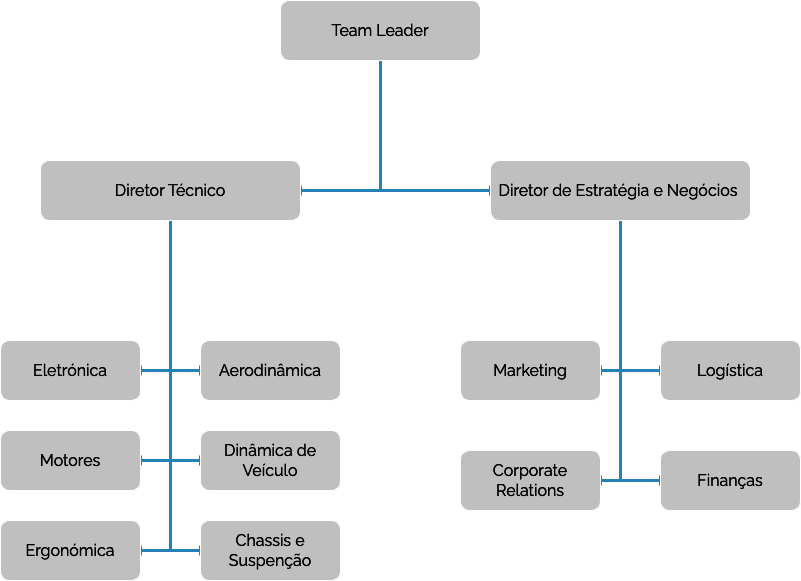
Earlier version of the draw.io export src/assets/images/org_chart_pt.drawio_mobile.png (JaimeFerreira2002/NFS-site). Source tidied: cells renumbered, new cells last; positions are measured from the earlier drawing's top-left corner, leaving out a move shared by most shapes.
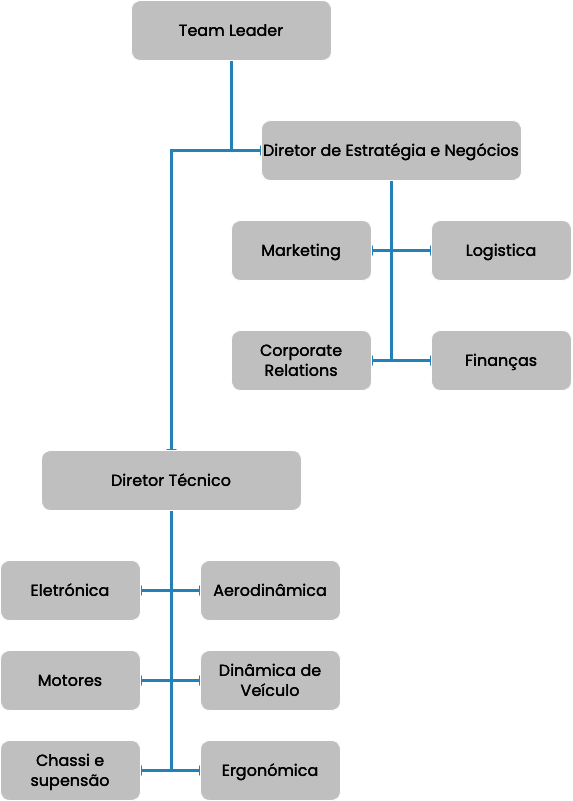
Later version of the same file.

Diff of the diagram source:
```diff
@@ -2,80 +2,87 @@
   <root>
     <mxCell id="0" />
     <mxCell id="1" parent="0" />
-    <mxCell id="2" style="edgeStyle=orthogonalEdgeStyle;rounded=0;jettySize=auto;html=1;exitX=0.5;exitY=1;exitDx=0;exitDy=0;entryX=1;entryY=0.5;entryDx=0;entryDy=0;strokeWidth=3;strokeColor=#409ED4;endArrow=baseDash;endFill=0;fontFamily=raleway;" parent="1" edge="1" source="4" target="16">
-      <mxGeometry relative="1" as="geometry" />
+    <mxCell id="2" style="edgeStyle=orthogonalEdgeStyle;rounded=0;orthogonalLoop=1;jettySize=auto;html=1;exitX=0.5;exitY=1;exitDx=0;exitDy=0;entryX=0.5;entryY=0;entryDx=0;entryDy=0;strokeWidth=3;strokeColor=#409ED4;endArrow=baseDash;endFill=0;" parent="1" edge="1">
+      <mxGeometry relative="1" as="geometry">
+        <mxPoint x="380" y="60" as="sourcePoint" />
+        <mxPoint x="320" y="450" as="targetPoint" />
+        <Array as="points">
+          <mxPoint x="380" y="150" />
+          <mxPoint x="320" y="150" />
+        </Array>
+      </mxGeometry>
     </mxCell>
-    <mxCell id="3" style="edgeStyle=orthogonalEdgeStyle;rounded=0;jettySize=auto;html=1;exitX=0.5;exitY=1;exitDx=0;exitDy=0;entryX=0;entryY=0.5;entryDx=0;entryDy=0;strokeWidth=3;strokeColor=#409ED4;curved=0;endArrow=baseDash;endFill=0;fontFamily=raleway;" parent="1" edge="1" source="4" target="9">
+    <mxCell id="3" style="edgeStyle=orthogonalEdgeStyle;rounded=0;jettySize=auto;html=1;exitX=0.5;exitY=1;exitDx=0;exitDy=0;entryX=0;entryY=0.5;entryDx=0;entryDy=0;strokeWidth=3;strokeColor=#409ED4;curved=0;endArrow=baseDash;endFill=0;" parent="1" edge="1" source="4" target="9">
       <mxGeometry relative="1" as="geometry" />
     </mxCell>
-    <mxCell id="4" value="&lt;font color=&quot;#ffffff&quot; style=&quot;font-size: 16px;&quot;&gt;Team Leader&lt;/font&gt;" style="rounded=1;whiteSpace=wrap;html=1;fillColor=#404040;fontFamily=raleway;" parent="1" vertex="1">
+    <mxCell id="4" value="&lt;font face=&quot;Poppins&quot; style=&quot;font-size: 16px;&quot; color=&quot;#ffffff&quot;&gt;Team Leader&lt;/font&gt;" style="rounded=1;whiteSpace=wrap;html=1;fillColor=#404040;" parent="1" vertex="1">
       <mxGeometry x="280" width="200" height="60" as="geometry" />
     </mxCell>
-    <mxCell id="5" style="edgeStyle=orthogonalEdgeStyle;rounded=0;jettySize=auto;html=1;exitX=0.5;exitY=1;exitDx=0;exitDy=0;entryX=1;entryY=0.5;entryDx=0;entryDy=0;strokeWidth=3;strokeColor=#409ED4;endArrow=baseDash;endFill=0;fontFamily=raleway;" parent="1" edge="1" source="9" target="17">
+    <mxCell id="5" style="edgeStyle=orthogonalEdgeStyle;rounded=0;jettySize=auto;html=1;exitX=0.5;exitY=1;exitDx=0;exitDy=0;entryX=1;entryY=0.5;entryDx=0;entryDy=0;strokeWidth=3;strokeColor=#409ED4;endArrow=baseDash;endFill=0;" parent="1" edge="1" source="9" target="17">
       <mxGeometry relative="1" as="geometry" />
     </mxCell>
-    <mxCell id="6" style="edgeStyle=orthogonalEdgeStyle;rounded=0;jettySize=auto;html=1;exitX=0.5;exitY=1;exitDx=0;exitDy=0;entryX=1;entryY=0.5;entryDx=0;entryDy=0;strokeWidth=3;strokeColor=#409ED4;endArrow=baseDash;endFill=0;fontFamily=raleway;" parent="1" edge="1" source="9" target="19">
+    <mxCell id="6" style="edgeStyle=orthogonalEdgeStyle;rounded=0;jettySize=auto;html=1;exitX=0.5;exitY=1;exitDx=0;exitDy=0;entryX=1;entryY=0.5;entryDx=0;entryDy=0;strokeWidth=3;strokeColor=#409ED4;endArrow=baseDash;endFill=0;" parent="1" edge="1" source="9" target="19">
       <mxGeometry relative="1" as="geometry" />
     </mxCell>
-    <mxCell id="7" style="edgeStyle=orthogonalEdgeStyle;rounded=0;jettySize=auto;html=1;exitX=0.5;exitY=1;exitDx=0;exitDy=0;entryX=0;entryY=0.5;entryDx=0;entryDy=0;strokeColor=#409ED4;strokeWidth=3;endArrow=baseDash;endFill=0;fontFamily=raleway;" parent="1" edge="1" source="9" target="20">
+    <mxCell id="7" style="edgeStyle=orthogonalEdgeStyle;rounded=0;jettySize=auto;html=1;exitX=0.5;exitY=1;exitDx=0;exitDy=0;entryX=0;entryY=0.5;entryDx=0;entryDy=0;strokeColor=#409ED4;strokeWidth=3;endArrow=baseDash;endFill=0;" parent="1" edge="1" source="9" target="20">
       <mxGeometry relative="1" as="geometry" />
     </mxCell>
-    <mxCell id="8" style="edgeStyle=orthogonalEdgeStyle;rounded=0;jettySize=auto;html=1;exitX=0.5;exitY=1;exitDx=0;exitDy=0;entryX=0;entryY=0.5;entryDx=0;entryDy=0;strokeWidth=3;strokeColor=#409ED4;endArrow=baseDash;endFill=0;fontFamily=raleway;" parent="1" edge="1" source="9" target="21">
+    <mxCell id="8" style="edgeStyle=orthogonalEdgeStyle;rounded=0;jettySize=auto;html=1;exitX=0.5;exitY=1;exitDx=0;exitDy=0;entryX=0;entryY=0.5;entryDx=0;entryDy=0;strokeWidth=3;strokeColor=#409ED4;endArrow=baseDash;endFill=0;" parent="1" edge="1" source="9" target="21">
       <mxGeometry relative="1" as="geometry" />
     </mxCell>
-    <mxCell id="9" value="&lt;font color=&quot;#ffffff&quot;&gt;&lt;span style=&quot;font-size: 16px;&quot;&gt;Diretor de Estratégia e Negócios&amp;nbsp;&lt;/span&gt;&lt;/font&gt;" style="rounded=1;whiteSpace=wrap;html=1;fillColor=#404040;perimeterSpacing=0;fontFamily=raleway;" parent="1" vertex="1">
-      <mxGeometry x="490" y="160" width="260" height="60" as="geometry" />
+    <mxCell id="9" value="&lt;font face=&quot;Poppins&quot; color=&quot;#ffffff&quot;&gt;&lt;span style=&quot;font-size: 16px;&quot;&gt;Diretor de Estratégia e Negócios&lt;/span&gt;&lt;/font&gt;" style="rounded=1;whiteSpace=wrap;html=1;fillColor=#404040;perimeterSpacing=0;" parent="1" vertex="1">
+      <mxGeometry x="410" y="120" width="260" height="60" as="geometry" />
     </mxCell>
-    <mxCell id="10" style="edgeStyle=orthogonalEdgeStyle;rounded=0;jettySize=auto;html=1;exitX=0.5;exitY=1;exitDx=0;exitDy=0;entryX=1;entryY=0.5;entryDx=0;entryDy=0;strokeColor=#409ED4;strokeWidth=3;endArrow=baseDash;endFill=0;fontFamily=raleway;" parent="1" edge="1" source="16" target="25">
+    <mxCell id="10" style="edgeStyle=orthogonalEdgeStyle;rounded=0;jettySize=auto;html=1;exitX=0.5;exitY=1;exitDx=0;exitDy=0;entryX=1;entryY=0.5;entryDx=0;entryDy=0;strokeColor=#409ED4;strokeWidth=3;endArrow=baseDash;endFill=0;" parent="1" edge="1" source="16" target="25">
       <mxGeometry relative="1" as="geometry" />
     </mxCell>
-    <mxCell id="11" style="edgeStyle=orthogonalEdgeStyle;rounded=0;jettySize=auto;html=1;exitX=0.5;exitY=1;exitDx=0;exitDy=0;entryX=1;entryY=0.5;entryDx=0;entryDy=0;strokeColor=#409ED4;strokeWidth=3;endArrow=baseDash;endFill=0;fontFamily=raleway;" parent="1" edge="1" source="16" target="18">
+    <mxCell id="11" style="edgeStyle=orthogonalEdgeStyle;rounded=0;jettySize=auto;html=1;exitX=0.5;exitY=1;exitDx=0;exitDy=0;entryX=1;entryY=0.5;entryDx=0;entryDy=0;strokeColor=#409ED4;strokeWidth=3;endArrow=baseDash;endFill=0;" parent="1" edge="1" source="16" target="18">
       <mxGeometry relative="1" as="geometry" />
     </mxCell>
-    <mxCell id="12" style="edgeStyle=orthogonalEdgeStyle;rounded=0;jettySize=auto;html=1;exitX=0.5;exitY=1;exitDx=0;exitDy=0;entryX=0;entryY=0.5;entryDx=0;entryDy=0;strokeWidth=3;strokeColor=#409ED4;endArrow=baseDash;endFill=0;fontFamily=raleway;" parent="1" edge="1" source="16" target="24">
+    <mxCell id="12" style="edgeStyle=orthogonalEdgeStyle;rounded=0;jettySize=auto;html=1;exitX=0.5;exitY=1;exitDx=0;exitDy=0;entryX=0;entryY=0.5;entryDx=0;entryDy=0;strokeWidth=3;strokeColor=#409ED4;endArrow=baseDash;endFill=0;" parent="1" edge="1" source="16" target="24">
       <mxGeometry relative="1" as="geometry" />
     </mxCell>
-    <mxCell id="13" style="edgeStyle=orthogonalEdgeStyle;rounded=0;jettySize=auto;html=1;exitX=0.5;exitY=1;exitDx=0;exitDy=0;entryX=1;entryY=0.5;entryDx=0;entryDy=0;strokeColor=#409ED4;strokeWidth=3;endArrow=baseDash;endFill=0;fontFamily=raleway;" parent="1" edge="1" source="16" target="22">
+    <mxCell id="13" style="edgeStyle=orthogonalEdgeStyle;rounded=0;jettySize=auto;html=1;exitX=0.5;exitY=1;exitDx=0;exitDy=0;entryX=1;entryY=0.5;entryDx=0;entryDy=0;strokeColor=#409ED4;strokeWidth=3;endArrow=baseDash;endFill=0;" parent="1" edge="1" source="16" target="22">
       <mxGeometry relative="1" as="geometry" />
     </mxCell>
-    <mxCell id="14" style="edgeStyle=orthogonalEdgeStyle;rounded=0;jettySize=auto;html=1;exitX=0.5;exitY=1;exitDx=0;exitDy=0;entryX=0;entryY=0.5;entryDx=0;entryDy=0;strokeColor=#409ED4;strokeWidth=3;endArrow=baseDash;endFill=0;fontFamily=raleway;" parent="1" edge="1" source="16" target="23">
+    <mxCell id="14" style="edgeStyle=orthogonalEdgeStyle;rounded=0;jettySize=auto;html=1;exitX=0.5;exitY=1;exitDx=0;exitDy=0;entryX=0;entryY=0.5;entryDx=0;entryDy=0;strokeColor=#409ED4;strokeWidth=3;endArrow=baseDash;endFill=0;" parent="1" edge="1" source="16" target="23">
       <mxGeometry relative="1" as="geometry" />
     </mxCell>
-    <mxCell id="15" style="edgeStyle=orthogonalEdgeStyle;rounded=0;jettySize=auto;html=1;exitX=0.5;exitY=1;exitDx=0;exitDy=0;entryX=0;entryY=0.5;entryDx=0;entryDy=0;strokeColor=#409ED4;endArrow=baseDash;endFill=0;strokeWidth=3;fontFamily=raleway;" parent="1" edge="1" source="16" target="26">
+    <mxCell id="15" style="edgeStyle=orthogonalEdgeStyle;rounded=0;jettySize=auto;html=1;exitX=0.5;exitY=1;exitDx=0;exitDy=0;entryX=0;entryY=0.5;entryDx=0;entryDy=0;strokeColor=#409ED4;endArrow=baseDash;endFill=0;strokeWidth=3;" parent="1" edge="1" source="16" target="26">
       <mxGeometry relative="1" as="geometry" />
     </mxCell>
-    <mxCell id="16" value="&lt;font color=&quot;#ffffff&quot; style=&quot;font-size: 16px;&quot;&gt;Diretor Técnico&lt;/font&gt;" style="rounded=1;whiteSpace=wrap;html=1;fillColor=#404040;fontFamily=raleway;" parent="1" vertex="1">
-      <mxGeometry x="40" y="160" width="260" height="60" as="geometry" />
+    <mxCell id="16" value="&lt;font face=&quot;Poppins&quot; style=&quot;font-size: 16px;&quot; color=&quot;#ffffff&quot;&gt;Diretor Técnico&lt;/font&gt;" style="rounded=1;whiteSpace=wrap;html=1;fillColor=#404040;" parent="1" vertex="1">
+      <mxGeometry x="190" y="450" width="260" height="60" as="geometry" />
     </mxCell>
-    <mxCell id="17" value="&lt;font color=&quot;#ffffff&quot; style=&quot;font-size: 16px;&quot;&gt;Marketing&lt;/font&gt;" style="rounded=1;whiteSpace=wrap;html=1;fillColor=#404040;fontFamily=raleway;" parent="1" vertex="1">
-      <mxGeometry x="460" y="340" width="140" height="60" as="geometry" />
+    <mxCell id="17" value="&lt;font face=&quot;Poppins&quot; style=&quot;font-size: 16px;&quot; color=&quot;#ffffff&quot;&gt;Marketing&lt;/font&gt;" style="rounded=1;whiteSpace=wrap;html=1;fillColor=#404040;" parent="1" vertex="1">
+      <mxGeometry x="380" y="220" width="140" height="60" as="geometry" />
     </mxCell>
-    <mxCell id="18" value="&lt;font color=&quot;#ffffff&quot; style=&quot;font-size: 16px;&quot;&gt;Motores&lt;br&gt;&lt;/font&gt;" style="rounded=1;whiteSpace=wrap;html=1;fillColor=#404040;fontFamily=raleway;" parent="1" vertex="1">
-      <mxGeometry y="430" width="140" height="60" as="geometry" />
+    <mxCell id="18" value="&lt;font face=&quot;Poppins&quot; style=&quot;font-size: 16px;&quot; color=&quot;#ffffff&quot;&gt;Motores&lt;br&gt;&lt;/font&gt;" style="rounded=1;whiteSpace=wrap;html=1;fillColor=#404040;" parent="1" vertex="1">
+      <mxGeometry x="149" y="650" width="140" height="60" as="geometry" />
     </mxCell>
-    <mxCell id="19" value="&lt;font color=&quot;#ffffff&quot; style=&quot;font-size: 16px;&quot;&gt;Corporate Relations&lt;br&gt;&lt;/font&gt;" style="rounded=1;whiteSpace=wrap;html=1;fillColor=#404040;fontFamily=raleway;" parent="1" vertex="1">
-      <mxGeometry x="460" y="450" width="140" height="60" as="geometry" />
+    <mxCell id="19" value="&lt;font face=&quot;Poppins&quot; style=&quot;font-size: 16px;&quot; color=&quot;#ffffff&quot;&gt;Corporate Relations&lt;br&gt;&lt;/font&gt;" style="rounded=1;whiteSpace=wrap;html=1;fillColor=#404040;" parent="1" vertex="1">
+      <mxGeometry x="380" y="330" width="140" height="60" as="geometry" />
     </mxCell>
-    <mxCell id="20" value="&lt;font color=&quot;#ffffff&quot; style=&quot;font-size: 16px;&quot;&gt;Logística&lt;/font&gt;" style="rounded=1;whiteSpace=wrap;html=1;fillColor=#404040;fontFamily=raleway;" parent="1" vertex="1">
-      <mxGeometry x="660" y="340" width="140" height="60" as="geometry" />
+    <mxCell id="20" value="&lt;font face=&quot;Poppins&quot; style=&quot;font-size: 16px;&quot; color=&quot;#ffffff&quot;&gt;Logistica&lt;/font&gt;" style="rounded=1;whiteSpace=wrap;html=1;fillColor=#404040;" parent="1" vertex="1">
+      <mxGeometry x="580" y="220" width="140" height="60" as="geometry" />
     </mxCell>
-    <mxCell id="21" value="&lt;font color=&quot;#ffffff&quot; style=&quot;font-size: 16px;&quot;&gt;Finanças&lt;br&gt;&lt;/font&gt;" style="rounded=1;whiteSpace=wrap;html=1;fillColor=#404040;fontFamily=raleway;" parent="1" vertex="1">
-      <mxGeometry x="660" y="450" width="140" height="60" as="geometry" />
+    <mxCell id="21" value="&lt;font face=&quot;Poppins&quot; style=&quot;font-size: 16px;&quot; color=&quot;#ffffff&quot;&gt;Finanças&lt;br&gt;&lt;/font&gt;" style="rounded=1;whiteSpace=wrap;html=1;fillColor=#404040;" parent="1" vertex="1">
+      <mxGeometry x="580" y="330" width="140" height="60" as="geometry" />
     </mxCell>
-    <mxCell id="22" value="&lt;font color=&quot;#ffffff&quot; style=&quot;font-size: 16px;&quot;&gt;Eletrónica&lt;/font&gt;" style="rounded=1;whiteSpace=wrap;html=1;fillColor=#404040;fontFamily=raleway;" parent="1" vertex="1">
-      <mxGeometry y="340" width="140" height="60" as="geometry" />
+    <mxCell id="22" value="&lt;font face=&quot;Poppins&quot; color=&quot;#ffffff&quot;&gt;&lt;span style=&quot;font-size: 16px;&quot;&gt;Eletrónica&lt;/span&gt;&lt;/font&gt;" style="rounded=1;whiteSpace=wrap;html=1;fillColor=#404040;" parent="1" vertex="1">
+      <mxGeometry x="149" y="560" width="140" height="60" as="geometry" />
     </mxCell>
-    <mxCell id="23" value="&lt;font color=&quot;#ffffff&quot; style=&quot;font-size: 16px;&quot;&gt;Aerodinâmica&lt;/font&gt;" style="rounded=1;whiteSpace=wrap;html=1;fillColor=#404040;fontFamily=raleway;" parent="1" vertex="1">
-      <mxGeometry x="200" y="340" width="140" height="60" as="geometry" />
+    <mxCell id="23" value="&lt;font face=&quot;Poppins&quot; style=&quot;font-size: 16px;&quot; color=&quot;#ffffff&quot;&gt;Aerodinâmica&lt;/font&gt;" style="rounded=1;whiteSpace=wrap;html=1;fillColor=#404040;" parent="1" vertex="1">
+      <mxGeometry x="349" y="560" width="140" height="60" as="geometry" />
     </mxCell>
-    <mxCell id="24" value="&lt;font color=&quot;#ffffff&quot; style=&quot;font-size: 16px;&quot;&gt;Dinâmica de Veículo&lt;br&gt;&lt;/font&gt;" style="rounded=1;whiteSpace=wrap;html=1;fillColor=#404040;fontFamily=raleway;" parent="1" vertex="1">
-      <mxGeometry x="200" y="430" width="140" height="60" as="geometry" />
+    <mxCell id="24" value="&lt;font face=&quot;Poppins&quot; style=&quot;font-size: 16px;&quot; color=&quot;#ffffff&quot;&gt;Dinâmica de Veículo&lt;br&gt;&lt;/font&gt;" style="rounded=1;whiteSpace=wrap;html=1;fillColor=#404040;" parent="1" vertex="1">
+      <mxGeometry x="349" y="650" width="140" height="60" as="geometry" />
     </mxCell>
-    <mxCell id="25" value="&lt;font color=&quot;#ffffff&quot; style=&quot;font-size: 16px;&quot;&gt;Ergonómica&lt;br&gt;&lt;/font&gt;" style="rounded=1;whiteSpace=wrap;html=1;fillColor=#404040;fontFamily=raleway;" parent="1" vertex="1">
-      <mxGeometry y="520" width="140" height="60" as="geometry" />
+    <mxCell id="25" value="&lt;font face=&quot;Poppins&quot; style=&quot;font-size: 16px;&quot; color=&quot;#ffffff&quot;&gt;Chassi e supensão&lt;br&gt;&lt;/font&gt;" style="rounded=1;whiteSpace=wrap;html=1;fillColor=#404040;" parent="1" vertex="1">
+      <mxGeometry x="149" y="740" width="140" height="60" as="geometry" />
     </mxCell>
-    <mxCell id="26" value="&lt;font color=&quot;#ffffff&quot; style=&quot;font-size: 16px;&quot;&gt;Chassis e Suspenção&lt;br&gt;&lt;/font&gt;" style="rounded=1;whiteSpace=wrap;html=1;fillColor=#404040;fontFamily=raleway;" parent="1" vertex="1">
-      <mxGeometry x="200" y="520" width="140" height="60" as="geometry" />
+    <mxCell id="26" value="&lt;font face=&quot;Poppins&quot; style=&quot;font-size: 16px;&quot; color=&quot;#ffffff&quot;&gt;Ergonómica&lt;br&gt;&lt;/font&gt;" style="rounded=1;whiteSpace=wrap;html=1;fillColor=#404040;" parent="1" vertex="1">
+      <mxGeometry x="349" y="740" width="140" height="60" as="geometry" />
     </mxCell>
   </root>
 </mxGraphModel>
```
